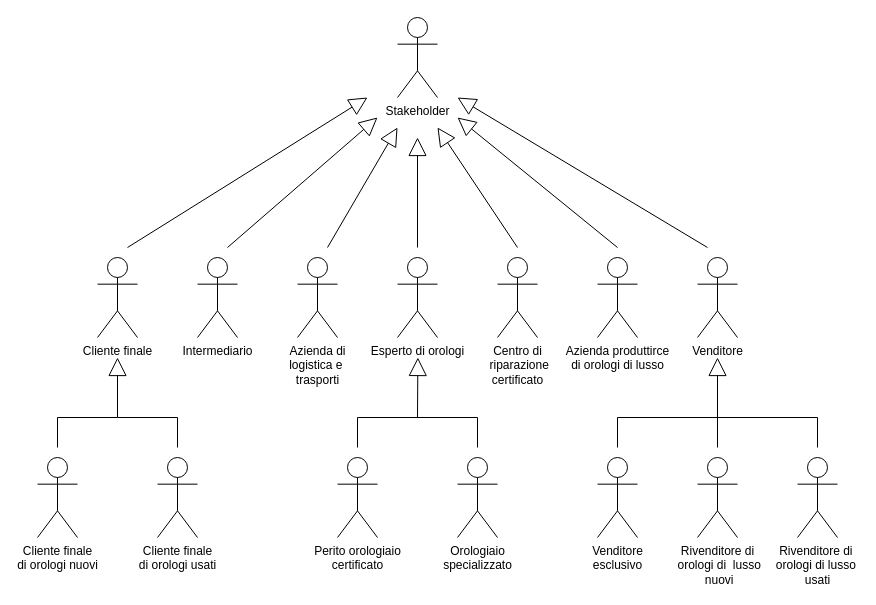
This is Diagrammi/StakeholderDiagram.drawio from Vittorio92/ProgettoSistemiInformativi, a draw.io file, before an edit. Source tidied: cells renumbered, new cells numbered last; positions are measured from the earlier drawing's top-left corner, leaving out a move shared by most shapes. Both pictures are drawn from the tidied source at 100%, with x=0, y=0 at pixel (37, 17).
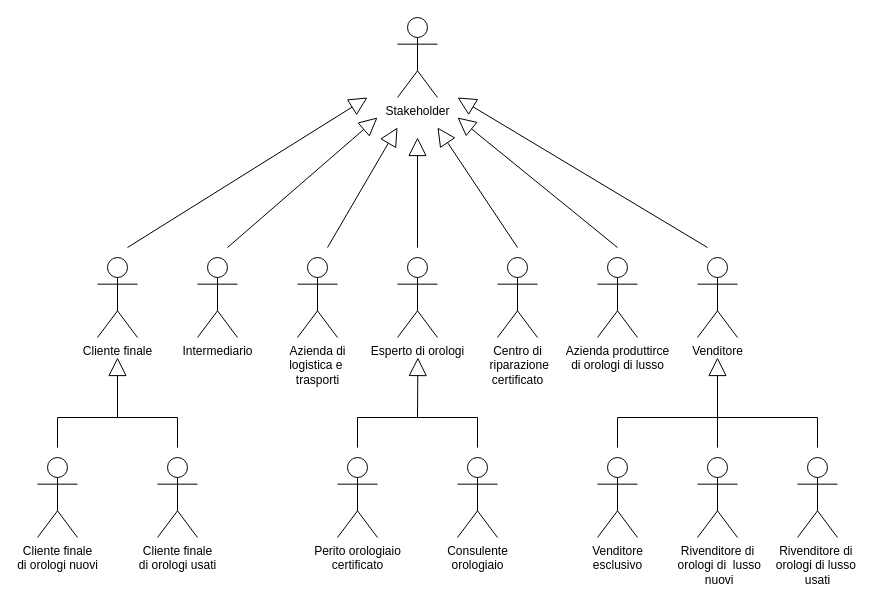
The same diagram, later.

Commit message (it also covers changes not shown here):
Modifica softGoalDiagram ed esportazione prime immagini

The edit, as a diff of the source:
```diff
@@
-    <mxCell id="21" value="Orologiaio&lt;div&gt;specializzato&lt;/div&gt;" style="shape=umlActor;verticalLabelPosition=bottom;verticalAlign=top;html=1;" parent="1" vertex="1">
+    <mxCell id="21" value="Consulente&lt;div&gt;orologiaio&lt;/div&gt;" style="shape=umlActor;verticalLabelPosition=bottom;verticalAlign=top;html=1;" parent="1" vertex="1">
       <mxGeometry x="420" y="440" width="40" height="80" as="geometry" />
     </mxCell>
```
